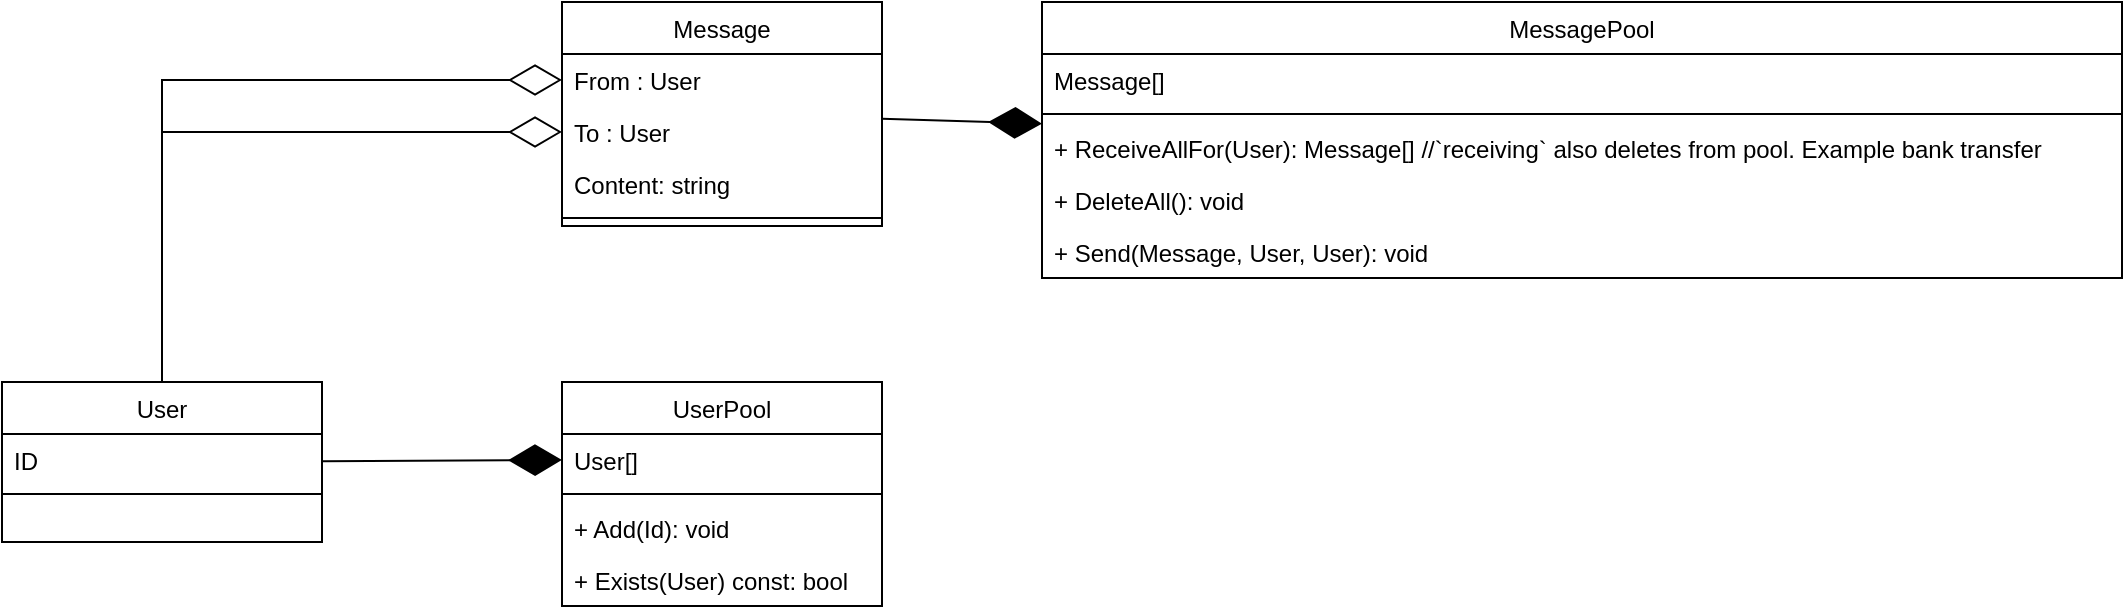
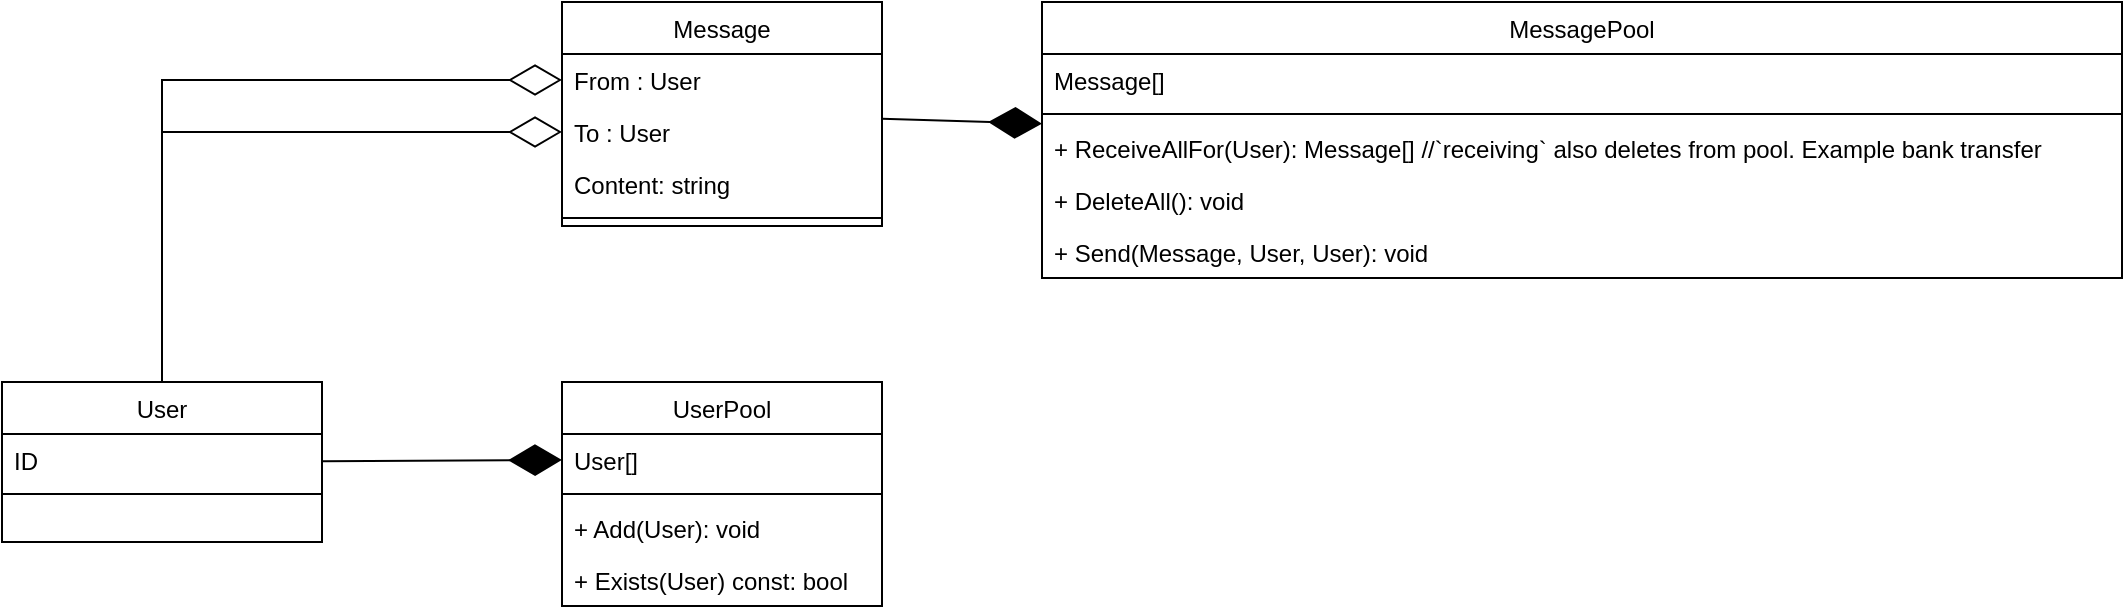
<mxfile host="app.diagrams.net">
  <diagram id="C5RBs43oDa-KdzZeNtuy" name="Page-1">
    <mxGraphModel dx="2241" dy="743" grid="1" gridSize="10" guides="1" tooltips="1" connect="1" arrows="1" fold="1" page="1" pageScale="1" pageWidth="827" pageHeight="1169" math="0" shadow="0">
      <root>
        <mxCell id="WIyWlLk6GJQsqaUBKTNV-0" />
        <mxCell id="WIyWlLk6GJQsqaUBKTNV-1" parent="WIyWlLk6GJQsqaUBKTNV-0" />
        <mxCell id="zkfFHV4jXpPFQw0GAbJ--0" parent="WIyWlLk6GJQsqaUBKTNV-1" style="swimlane;fontStyle=0;align=center;verticalAlign=top;childLayout=stackLayout;horizontal=1;startSize=26;horizontalStack=0;resizeParent=1;resizeLast=0;collapsible=1;marginBottom=0;rounded=0;shadow=0;strokeWidth=1;" value="User" vertex="1">
          <mxGeometry height="80" width="160" x="-350" y="320" as="geometry">
            <mxRectangle height="26" width="160" x="230" y="140" as="alternateBounds" />
          </mxGeometry>
        </mxCell>
        <mxCell id="zkfFHV4jXpPFQw0GAbJ--1" parent="zkfFHV4jXpPFQw0GAbJ--0" style="text;align=left;verticalAlign=top;spacingLeft=4;spacingRight=4;overflow=hidden;rotatable=0;points=[[0,0.5],[1,0.5]];portConstraint=eastwest;" value="ID" vertex="1">
          <mxGeometry height="26" width="160" y="26" as="geometry" />
        </mxCell>
        <mxCell id="zkfFHV4jXpPFQw0GAbJ--4" parent="zkfFHV4jXpPFQw0GAbJ--0" style="line;html=1;strokeWidth=1;align=left;verticalAlign=middle;spacingTop=-1;spacingLeft=3;spacingRight=3;rotatable=0;labelPosition=right;points=[];portConstraint=eastwest;" value="" vertex="1">
          <mxGeometry height="8" width="160" y="52" as="geometry" />
        </mxCell>
        <mxCell id="-3tJNCjm7L6PnxAvqzmT-0" parent="WIyWlLk6GJQsqaUBKTNV-1" style="swimlane;fontStyle=0;align=center;verticalAlign=top;childLayout=stackLayout;horizontal=1;startSize=26;horizontalStack=0;resizeParent=1;resizeLast=0;collapsible=1;marginBottom=0;rounded=0;shadow=0;strokeWidth=1;" value="Message" vertex="1">
          <mxGeometry height="112" width="160" x="-70" y="130" as="geometry">
            <mxRectangle height="26" width="160" x="230" y="140" as="alternateBounds" />
          </mxGeometry>
        </mxCell>
        <mxCell id="-3tJNCjm7L6PnxAvqzmT-1" parent="-3tJNCjm7L6PnxAvqzmT-0" style="text;align=left;verticalAlign=top;spacingLeft=4;spacingRight=4;overflow=hidden;rotatable=0;points=[[0,0.5],[1,0.5]];portConstraint=eastwest;" value="From : User" vertex="1">
          <mxGeometry height="26" width="160" y="26" as="geometry" />
        </mxCell>
        <mxCell id="-3tJNCjm7L6PnxAvqzmT-9" parent="-3tJNCjm7L6PnxAvqzmT-0" style="text;align=left;verticalAlign=top;spacingLeft=4;spacingRight=4;overflow=hidden;rotatable=0;points=[[0,0.5],[1,0.5]];portConstraint=eastwest;" value="To : User" vertex="1">
          <mxGeometry height="26" width="160" y="52" as="geometry" />
        </mxCell>
        <mxCell id="-3tJNCjm7L6PnxAvqzmT-8" parent="-3tJNCjm7L6PnxAvqzmT-0" style="text;align=left;verticalAlign=top;spacingLeft=4;spacingRight=4;overflow=hidden;rotatable=0;points=[[0,0.5],[1,0.5]];portConstraint=eastwest;" value="Content: string" vertex="1">
          <mxGeometry height="26" width="160" y="78" as="geometry" />
        </mxCell>
        <mxCell id="-3tJNCjm7L6PnxAvqzmT-2" parent="-3tJNCjm7L6PnxAvqzmT-0" style="line;html=1;strokeWidth=1;align=left;verticalAlign=middle;spacingTop=-1;spacingLeft=3;spacingRight=3;rotatable=0;labelPosition=right;points=[];portConstraint=eastwest;" value="" vertex="1">
          <mxGeometry height="8" width="160" y="104" as="geometry" />
        </mxCell>
        <mxCell id="-3tJNCjm7L6PnxAvqzmT-3" parent="WIyWlLk6GJQsqaUBKTNV-1" style="swimlane;fontStyle=0;align=center;verticalAlign=top;childLayout=stackLayout;horizontal=1;startSize=26;horizontalStack=0;resizeParent=1;resizeLast=0;collapsible=1;marginBottom=0;rounded=0;shadow=0;strokeWidth=1;" value="UserPool" vertex="1">
          <mxGeometry height="112" width="160" x="-70" y="320" as="geometry">
            <mxRectangle height="26" width="160" x="230" y="140" as="alternateBounds" />
          </mxGeometry>
        </mxCell>
        <mxCell id="-3tJNCjm7L6PnxAvqzmT-4" parent="-3tJNCjm7L6PnxAvqzmT-3" style="text;align=left;verticalAlign=top;spacingLeft=4;spacingRight=4;overflow=hidden;rotatable=0;points=[[0,0.5],[1,0.5]];portConstraint=eastwest;" value="User[]" vertex="1">
          <mxGeometry height="26" width="160" y="26" as="geometry" />
        </mxCell>
        <mxCell id="-3tJNCjm7L6PnxAvqzmT-5" parent="-3tJNCjm7L6PnxAvqzmT-3" style="line;html=1;strokeWidth=1;align=left;verticalAlign=middle;spacingTop=-1;spacingLeft=3;spacingRight=3;rotatable=0;labelPosition=right;points=[];portConstraint=eastwest;" value="" vertex="1">
          <mxGeometry height="8" width="160" y="52" as="geometry" />
        </mxCell>
-         <mxCell id="-3tJNCjm7L6PnxAvqzmT-21" parent="-3tJNCjm7L6PnxAvqzmT-3" style="text;align=left;verticalAlign=top;spacingLeft=4;spacingRight=4;overflow=hidden;rotatable=0;points=[[0,0.5],[1,0.5]];portConstraint=eastwest;" value="+ Add(Id): void" vertex="1">
+         <mxCell id="-3tJNCjm7L6PnxAvqzmT-21" parent="-3tJNCjm7L6PnxAvqzmT-3" style="text;align=left;verticalAlign=top;spacingLeft=4;spacingRight=4;overflow=hidden;rotatable=0;points=[[0,0.5],[1,0.5]];portConstraint=eastwest;" value="+ Add(User): void" vertex="1">
          <mxGeometry height="26" width="160" y="60" as="geometry" />
        </mxCell>
        <mxCell id="-3tJNCjm7L6PnxAvqzmT-7" parent="-3tJNCjm7L6PnxAvqzmT-3" style="text;align=left;verticalAlign=top;spacingLeft=4;spacingRight=4;overflow=hidden;rotatable=0;points=[[0,0.5],[1,0.5]];portConstraint=eastwest;" value="+ Exists(User) const: bool" vertex="1">
          <mxGeometry height="26" width="160" y="86" as="geometry" />
        </mxCell>
        <mxCell id="-3tJNCjm7L6PnxAvqzmT-6" edge="1" parent="WIyWlLk6GJQsqaUBKTNV-1" source="zkfFHV4jXpPFQw0GAbJ--0" style="endArrow=diamondThin;endFill=1;endSize=24;html=1;rounded=0;entryX=0;entryY=0.5;entryDx=0;entryDy=0;" target="-3tJNCjm7L6PnxAvqzmT-4" value="">
          <mxGeometry relative="1" width="160" as="geometry">
            <mxPoint x="-150" y="310" as="sourcePoint" />
            <mxPoint x="10" y="310" as="targetPoint" />
          </mxGeometry>
        </mxCell>
        <mxCell id="-3tJNCjm7L6PnxAvqzmT-10" edge="1" parent="WIyWlLk6GJQsqaUBKTNV-1" source="zkfFHV4jXpPFQw0GAbJ--0" style="endArrow=diamondThin;endFill=0;endSize=24;html=1;rounded=0;entryX=0;entryY=0.5;entryDx=0;entryDy=0;edgeStyle=orthogonalEdgeStyle;" target="-3tJNCjm7L6PnxAvqzmT-1" value="">
          <mxGeometry relative="1" width="160" as="geometry">
            <mxPoint x="-320" y="210" as="sourcePoint" />
            <mxPoint x="-160" y="210" as="targetPoint" />
          </mxGeometry>
        </mxCell>
        <mxCell id="-3tJNCjm7L6PnxAvqzmT-11" edge="1" parent="WIyWlLk6GJQsqaUBKTNV-1" source="zkfFHV4jXpPFQw0GAbJ--0" style="endArrow=diamondThin;endFill=0;endSize=24;html=1;rounded=0;entryX=0;entryY=0.5;entryDx=0;entryDy=0;edgeStyle=orthogonalEdgeStyle;" target="-3tJNCjm7L6PnxAvqzmT-9" value="">
          <mxGeometry relative="1" width="160" as="geometry">
            <mxPoint x="-310" y="611" as="sourcePoint" />
            <mxPoint x="-110" y="460" as="targetPoint" />
          </mxGeometry>
        </mxCell>
        <mxCell id="-3tJNCjm7L6PnxAvqzmT-12" parent="WIyWlLk6GJQsqaUBKTNV-1" style="swimlane;fontStyle=0;align=center;verticalAlign=top;childLayout=stackLayout;horizontal=1;startSize=26;horizontalStack=0;resizeParent=1;resizeLast=0;collapsible=1;marginBottom=0;rounded=0;shadow=0;strokeWidth=1;" value="MessagePool" vertex="1">
          <mxGeometry height="138" width="540" x="170" y="130" as="geometry">
            <mxRectangle height="26" width="160" x="230" y="140" as="alternateBounds" />
          </mxGeometry>
        </mxCell>
        <mxCell id="-3tJNCjm7L6PnxAvqzmT-15" parent="-3tJNCjm7L6PnxAvqzmT-12" style="text;align=left;verticalAlign=top;spacingLeft=4;spacingRight=4;overflow=hidden;rotatable=0;points=[[0,0.5],[1,0.5]];portConstraint=eastwest;" value="Message[]" vertex="1">
          <mxGeometry height="26" width="540" y="26" as="geometry" />
        </mxCell>
        <mxCell id="-3tJNCjm7L6PnxAvqzmT-16" parent="-3tJNCjm7L6PnxAvqzmT-12" style="line;html=1;strokeWidth=1;align=left;verticalAlign=middle;spacingTop=-1;spacingLeft=3;spacingRight=3;rotatable=0;labelPosition=right;points=[];portConstraint=eastwest;" value="" vertex="1">
          <mxGeometry height="8" width="540" y="52" as="geometry" />
        </mxCell>
        <mxCell id="-3tJNCjm7L6PnxAvqzmT-18" parent="-3tJNCjm7L6PnxAvqzmT-12" style="text;align=left;verticalAlign=top;spacingLeft=4;spacingRight=4;overflow=hidden;rotatable=0;points=[[0,0.5],[1,0.5]];portConstraint=eastwest;" value="+ ReceiveAllFor(User): Message[] //`receiving` also deletes from pool. Example bank transfer" vertex="1">
          <mxGeometry height="26" width="540" y="60" as="geometry" />
        </mxCell>
        <mxCell id="-3tJNCjm7L6PnxAvqzmT-19" parent="-3tJNCjm7L6PnxAvqzmT-12" style="text;align=left;verticalAlign=top;spacingLeft=4;spacingRight=4;overflow=hidden;rotatable=0;points=[[0,0.5],[1,0.5]];portConstraint=eastwest;" value="+ DeleteAll(): void" vertex="1">
          <mxGeometry height="26" width="540" y="86" as="geometry" />
        </mxCell>
        <mxCell id="-3tJNCjm7L6PnxAvqzmT-20" parent="-3tJNCjm7L6PnxAvqzmT-12" style="text;align=left;verticalAlign=top;spacingLeft=4;spacingRight=4;overflow=hidden;rotatable=0;points=[[0,0.5],[1,0.5]];portConstraint=eastwest;" value="+ Send(Message, User, User): void" vertex="1">
          <mxGeometry height="26" width="540" y="112" as="geometry" />
        </mxCell>
        <mxCell id="-3tJNCjm7L6PnxAvqzmT-17" edge="1" parent="WIyWlLk6GJQsqaUBKTNV-1" source="-3tJNCjm7L6PnxAvqzmT-0" style="endArrow=diamondThin;endFill=1;endSize=24;html=1;rounded=0;" target="-3tJNCjm7L6PnxAvqzmT-12" value="">
          <mxGeometry relative="1" width="160" as="geometry">
            <mxPoint x="150" y="451" as="sourcePoint" />
            <mxPoint x="270" y="450" as="targetPoint" />
          </mxGeometry>
        </mxCell>
      </root>
    </mxGraphModel>
  </diagram>
</mxfile>
